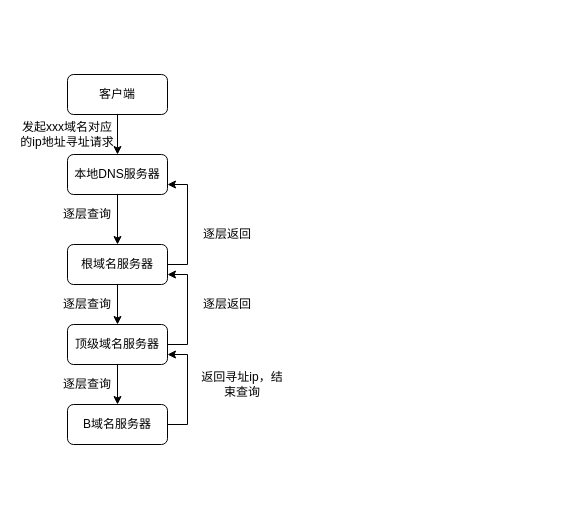
This is DNS_analysis_process2.drawio from Henryblankwu/untitled7, a draw.io file, before an edit. Source tidied: cells renumbered, new cells numbered last; positions are measured from the earlier drawing's top-left corner, leaving out a move shared by most shapes. Both pictures are drawn from the tidied source at 100%, with x=0, y=0 at pixel (17, 74).
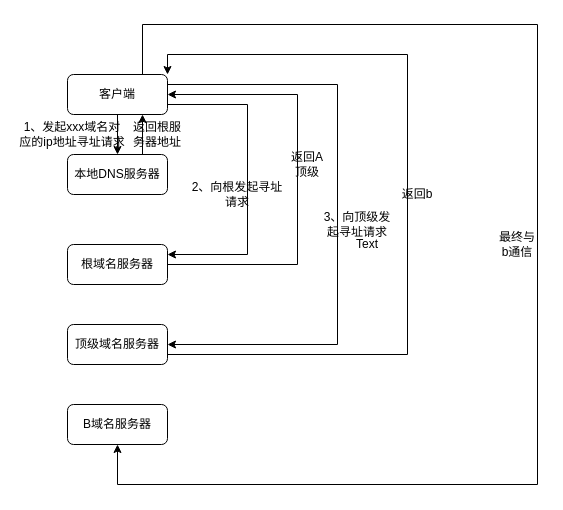
Above is the later version.

Unchanged cells that the change refers to:
```xml
<mxCell id="2" value="客户端" style="rounded=1;whiteSpace=wrap;html=1;" parent="1" vertex="1">
  <mxGeometry x="50" width="100" height="40" as="geometry" />
</mxCell>
<mxCell id="4" value="本地DNS服务器" style="rounded=1;whiteSpace=wrap;html=1;" parent="1" vertex="1">
  <mxGeometry x="50" y="80" width="100" height="40" as="geometry" />
</mxCell>
<mxCell id="8" value="根域名服务器" style="rounded=1;whiteSpace=wrap;html=1;" parent="1" vertex="1">
  <mxGeometry x="50" y="170" width="100" height="40" as="geometry" />
</mxCell>
<mxCell id="11" value="顶级域名服务器" style="rounded=1;whiteSpace=wrap;html=1;" parent="1" vertex="1">
  <mxGeometry x="50" y="250" width="100" height="40" as="geometry" />
</mxCell>
<mxCell id="13" value="B域名服务器" style="rounded=1;whiteSpace=wrap;html=1;" parent="1" vertex="1">
  <mxGeometry x="50" y="330" width="100" height="40" as="geometry" />
</mxCell>
```

The edit, as a diff of the source:
```diff
@@
+    <mxCell id="21" style="edgeStyle=orthogonalEdgeStyle;rounded=0;jettySize=auto;html=1;exitX=1;exitY=0.75;exitDx=0;exitDy=0;entryX=1;entryY=0.25;entryDx=0;entryDy=0;" parent="1" edge="1" source="2" target="8">
+      <mxGeometry relative="1" as="geometry">
+        <Array as="points">
+          <mxPoint x="230" y="30" />
+          <mxPoint x="230" y="180" />
+        </Array>
+      </mxGeometry>
+    </mxCell>
+    <mxCell id="22" style="edgeStyle=orthogonalEdgeStyle;rounded=0;jettySize=auto;html=1;exitX=1;exitY=0.25;exitDx=0;exitDy=0;entryX=1;entryY=0.5;entryDx=0;entryDy=0;" parent="1" edge="1" source="2" target="11">
+      <mxGeometry relative="1" as="geometry">
+        <Array as="points">
+          <mxPoint x="320" y="10" />
+          <mxPoint x="320" y="270" />
+        </Array>
+      </mxGeometry>
+    </mxCell>
+    <mxCell id="23" style="edgeStyle=orthogonalEdgeStyle;rounded=0;jettySize=auto;html=1;exitX=0.75;exitY=0;exitDx=0;exitDy=0;entryX=0.5;entryY=1;entryDx=0;entryDy=0;" parent="1" edge="1" source="2" target="13">
+      <mxGeometry relative="1" as="geometry">
+        <Array as="points">
+          <mxPoint x="125" y="-50" />
+          <mxPoint x="520" y="-50" />
+          <mxPoint x="520" y="410" />
+          <mxPoint x="100" y="410" />
+        </Array>
+      </mxGeometry>
+    </mxCell>
@@
-    <mxCell id="3" style="edgeStyle=orthogonalEdgeStyle;rounded=0;jettySize=auto;html=1;exitX=0.5;exitY=1;exitDx=0;exitDy=0;entryX=0.5;entryY=0;entryDx=0;entryDy=0;" parent="1" edge="1" source="4" target="8">
-      <mxGeometry relative="1" as="geometry" />
-    </mxCell>
+    <mxCell id="24" style="edgeStyle=orthogonalEdgeStyle;rounded=0;jettySize=auto;html=1;exitX=0.75;exitY=0;exitDx=0;exitDy=0;entryX=0.75;entryY=1;entryDx=0;entryDy=0;" parent="1" edge="1" source="4" target="2">
+      <mxGeometry relative="1" as="geometry" />
+    </mxCell>
@@
-    <mxCell id="6" style="edgeStyle=orthogonalEdgeStyle;rounded=0;jettySize=auto;html=1;exitX=0.5;exitY=1;exitDx=0;exitDy=0;entryX=0.5;entryY=0;entryDx=0;entryDy=0;" parent="1" edge="1" source="8" target="11">
-      <mxGeometry relative="1" as="geometry" />
-    </mxCell>
-    <mxCell id="7" style="edgeStyle=orthogonalEdgeStyle;rounded=0;jettySize=auto;html=1;exitX=1;exitY=0.5;exitDx=0;exitDy=0;entryX=1;entryY=0.75;entryDx=0;entryDy=0;" parent="1" edge="1" source="8" target="4">
-      <mxGeometry relative="1" as="geometry" />
-    </mxCell>
+    <mxCell id="25" style="edgeStyle=orthogonalEdgeStyle;rounded=0;jettySize=auto;html=1;exitX=1;exitY=0.5;exitDx=0;exitDy=0;entryX=1;entryY=0.5;entryDx=0;entryDy=0;" parent="1" edge="1" source="8" target="2">
+      <mxGeometry relative="1" as="geometry">
+        <Array as="points">
+          <mxPoint x="280" y="190" />
+          <mxPoint x="280" y="20" />
+        </Array>
+      </mxGeometry>
+    </mxCell>
@@
-    <mxCell id="9" style="edgeStyle=orthogonalEdgeStyle;rounded=0;jettySize=auto;html=1;exitX=0.5;exitY=1;exitDx=0;exitDy=0;entryX=0.5;entryY=0;entryDx=0;entryDy=0;" parent="1" edge="1" source="11" target="13">
-      <mxGeometry relative="1" as="geometry" />
-    </mxCell>
-    <mxCell id="10" style="edgeStyle=orthogonalEdgeStyle;rounded=0;jettySize=auto;html=1;exitX=1;exitY=0.5;exitDx=0;exitDy=0;entryX=1;entryY=0.75;entryDx=0;entryDy=0;" parent="1" edge="1" source="11" target="8">
-      <mxGeometry relative="1" as="geometry" />
-    </mxCell>
+    <mxCell id="26" style="edgeStyle=orthogonalEdgeStyle;rounded=0;jettySize=auto;html=1;exitX=1;exitY=0.75;exitDx=0;exitDy=0;entryX=1;entryY=0;entryDx=0;entryDy=0;" parent="1" edge="1" source="11" target="2">
+      <mxGeometry relative="1" as="geometry">
+        <Array as="points">
+          <mxPoint x="390" y="280" />
+          <mxPoint x="390" y="-20" />
+          <mxPoint x="150" y="-20" />
+        </Array>
+      </mxGeometry>
+    </mxCell>
@@
-    <mxCell id="12" style="edgeStyle=orthogonalEdgeStyle;rounded=0;jettySize=auto;html=1;exitX=1;exitY=0.5;exitDx=0;exitDy=0;entryX=1;entryY=0.75;entryDx=0;entryDy=0;" parent="1" edge="1" source="13" target="11">
-      <mxGeometry relative="1" as="geometry" />
-    </mxCell>
@@
-    <mxCell id="14" value="发起xxx域名对应的ip地址寻址请求" style="text;html=1;strokeColor=none;fillColor=none;align=center;verticalAlign=middle;whiteSpace=wrap;rounded=0;" parent="1" vertex="1">
-      <mxGeometry y="50" width="100" height="20" as="geometry" />
+    <mxCell id="14" value="1、发起xxx域名对应的ip地址寻址请求" style="text;html=1;strokeColor=none;fillColor=none;align=center;verticalAlign=middle;whiteSpace=wrap;rounded=0;" parent="1" vertex="1">
+      <mxGeometry y="50" width="110" height="20" as="geometry" />
     </mxCell>
-    <mxCell id="15" value="返回寻址ip，结束查询" style="text;html=1;strokeColor=none;fillColor=none;align=center;verticalAlign=middle;whiteSpace=wrap;rounded=0;" parent="1" vertex="1">
-      <mxGeometry x="180" y="300" width="90" height="20" as="geometry" />
-    </mxCell>
-    <mxCell id="16" value="逐层查询" style="text;html=1;strokeColor=none;fillColor=none;align=center;verticalAlign=middle;whiteSpace=wrap;rounded=0;" parent="1" vertex="1">
-      <mxGeometry x="40" y="130" width="60" height="20" as="geometry" />
-    </mxCell>
-    <mxCell id="17" value="逐层查询" style="text;html=1;strokeColor=none;fillColor=none;align=center;verticalAlign=middle;whiteSpace=wrap;rounded=0;" parent="1" vertex="1">
-      <mxGeometry x="40" y="300" width="60" height="20" as="geometry" />
-    </mxCell>
-    <mxCell id="18" value="逐层查询" style="text;html=1;strokeColor=none;fillColor=none;align=center;verticalAlign=middle;whiteSpace=wrap;rounded=0;" parent="1" vertex="1">
-      <mxGeometry x="40" y="220" width="60" height="20" as="geometry" />
-    </mxCell>
-    <mxCell id="19" value="逐层返回" style="text;html=1;strokeColor=none;fillColor=none;align=center;verticalAlign=middle;whiteSpace=wrap;rounded=0;" parent="1" vertex="1">
-      <mxGeometry x="180" y="220" width="60" height="20" as="geometry" />
-    </mxCell>
-    <mxCell id="20" value="逐层返回" style="text;html=1;strokeColor=none;fillColor=none;align=center;verticalAlign=middle;whiteSpace=wrap;rounded=0;" parent="1" vertex="1">
-      <mxGeometry x="180" y="150" width="60" height="20" as="geometry" />
-    </mxCell>
+    <mxCell id="27" value="返回根服务器地址" style="text;html=1;strokeColor=none;fillColor=none;align=center;verticalAlign=middle;whiteSpace=wrap;rounded=0;" parent="1" vertex="1">
+      <mxGeometry x="110" y="50" width="60" height="20" as="geometry" />
+    </mxCell>
+    <mxCell id="28" value="2、向根发起寻址请求" style="text;html=1;strokeColor=none;fillColor=none;align=center;verticalAlign=middle;whiteSpace=wrap;rounded=0;" parent="1" vertex="1">
+      <mxGeometry x="170" y="110" width="100" height="20" as="geometry" />
+    </mxCell>
+    <mxCell id="29" value="返回A顶级" style="text;html=1;strokeColor=none;fillColor=none;align=center;verticalAlign=middle;whiteSpace=wrap;rounded=0;" parent="1" vertex="1">
+      <mxGeometry x="270" y="80" width="40" height="20" as="geometry" />
+    </mxCell>
+    <mxCell id="30" value="3、向顶级发起寻址请求" style="text;html=1;strokeColor=none;fillColor=none;align=center;verticalAlign=middle;whiteSpace=wrap;rounded=0;" parent="1" vertex="1">
+      <mxGeometry x="300" y="140" width="80" height="20" as="geometry" />
+    </mxCell>
+    <mxCell id="31" value="Text" style="text;html=1;strokeColor=none;fillColor=none;align=center;verticalAlign=middle;whiteSpace=wrap;rounded=0;" parent="1" vertex="1">
+      <mxGeometry x="330" y="160" width="40" height="20" as="geometry" />
+    </mxCell>
+    <mxCell id="32" value="返回b" style="text;html=1;strokeColor=none;fillColor=none;align=center;verticalAlign=middle;whiteSpace=wrap;rounded=0;" parent="1" vertex="1">
+      <mxGeometry x="380" y="110" width="40" height="20" as="geometry" />
+    </mxCell>
+    <mxCell id="33" value="最终与b通信" style="text;html=1;strokeColor=none;fillColor=none;align=center;verticalAlign=middle;whiteSpace=wrap;rounded=0;" parent="1" vertex="1">
+      <mxGeometry x="480" y="160" width="40" height="20" as="geometry" />
+    </mxCell>
```
